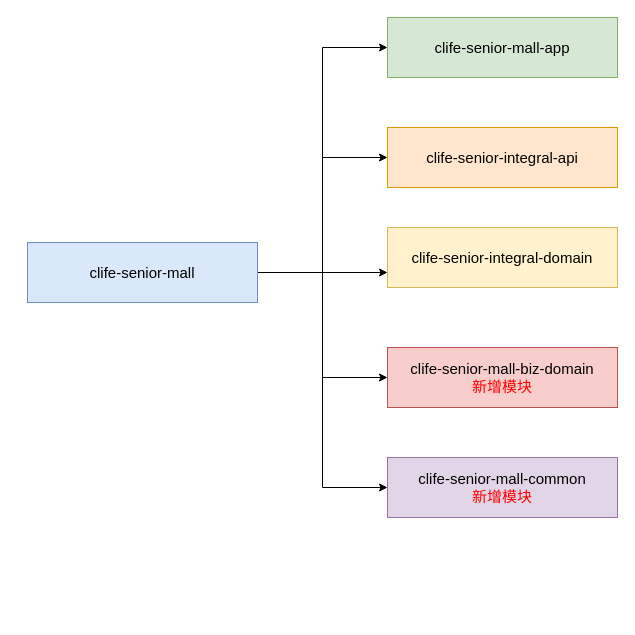
messi122/picture keeps this draw.io diagram as 积分商城重构项目模块.drawio. Above is the earlier version. Source tidied: cells renumbered, new cells numbered last; positions are measured from the earlier drawing's top-left corner, leaving out a move shared by most shapes. Both pictures are drawn from the tidied source at 100%, with x=0, y=0 at pixel (27, 17).
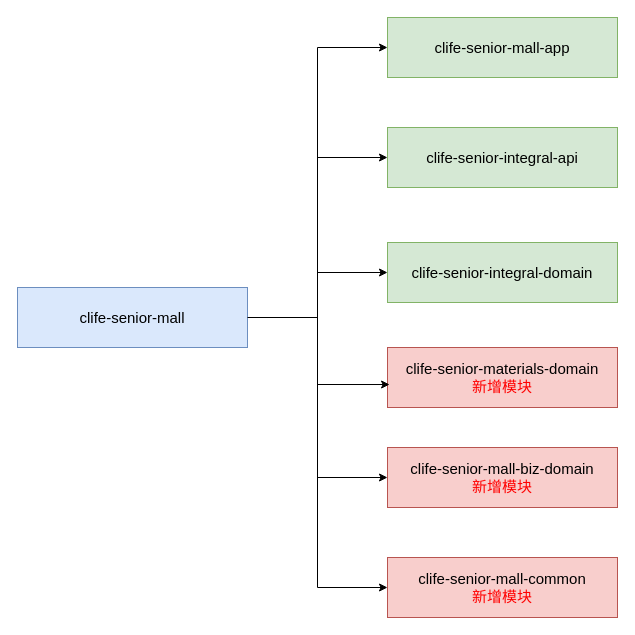
The same diagram, later.

Commit message (it also covers changes not shown here):
更新积分商城重构项目模块.drawio

Diff of the diagram source:
```diff
@@
 <mxGraphModel>
   <root>
     <mxCell id="0" />
     <mxCell id="1" parent="0" />
     <mxCell id="2" style="edgeStyle=orthogonalEdgeStyle;rounded=0;jettySize=auto;html=1;exitX=1;exitY=0.5;exitDx=0;exitDy=0;entryX=0;entryY=0.5;entryDx=0;entryDy=0;" parent="1" edge="1" source="7" target="8">
       <mxGeometry relative="1" as="geometry" />
     </mxCell>
     <mxCell id="3" style="edgeStyle=orthogonalEdgeStyle;rounded=0;jettySize=auto;html=1;exitX=1;exitY=0.5;exitDx=0;exitDy=0;entryX=0;entryY=0.5;entryDx=0;entryDy=0;" parent="1" edge="1" source="7" target="9">
       <mxGeometry relative="1" as="geometry" />
     </mxCell>
-    <mxCell id="4" style="edgeStyle=orthogonalEdgeStyle;rounded=0;jettySize=auto;html=1;exitX=1;exitY=0.5;exitDx=0;exitDy=0;entryX=0;entryY=0.75;entryDx=0;entryDy=0;" parent="1" edge="1" source="7" target="10">
-      <mxGeometry relative="1" as="geometry" />
-    </mxCell>
     <mxCell id="5" style="edgeStyle=orthogonalEdgeStyle;rounded=0;jettySize=auto;html=1;entryX=0;entryY=0.5;entryDx=0;entryDy=0;" parent="1" edge="1" source="7" target="11">
       <mxGeometry relative="1" as="geometry" />
     </mxCell>
     <mxCell id="6" style="edgeStyle=orthogonalEdgeStyle;rounded=0;jettySize=auto;html=1;exitX=1;exitY=0.5;exitDx=0;exitDy=0;entryX=0;entryY=0.5;entryDx=0;entryDy=0;" parent="1" edge="1" source="7" target="12">
       <mxGeometry relative="1" as="geometry" />
     </mxCell>
+    <mxCell id="4" style="edgeStyle=orthogonalEdgeStyle;rounded=0;jettySize=auto;html=1;exitX=1;exitY=0.5;exitDx=0;exitDy=0;entryX=0;entryY=0.5;entryDx=0;entryDy=0;" parent="1" edge="1" source="7" target="10">
+      <mxGeometry relative="1" as="geometry" />
+    </mxCell>
     <mxCell id="7" value="&lt;font style=&quot;font-size: 15px;&quot;&gt;clife-senior-mall&lt;/font&gt;" style="rounded=0;whiteSpace=wrap;html=1;fillColor=#dae8fc;strokeColor=#6c8ebf;" parent="1" vertex="1">
-      <mxGeometry y="225" width="230" height="60" as="geometry" />
+      <mxGeometry x="-10" y="270" width="230" height="60" as="geometry" />
     </mxCell>
     <mxCell id="8" value="&lt;font style=&quot;font-size: 15px;&quot;&gt;clife-senior-mall-app&lt;/font&gt;" style="rounded=0;whiteSpace=wrap;html=1;fillColor=#d5e8d4;strokeColor=#82b366;" parent="1" vertex="1">
       <mxGeometry x="360" width="230" height="60" as="geometry" />
     </mxCell>
-    <mxCell id="9" value="&lt;font style=&quot;font-size: 15px;&quot;&gt;clife-senior-integral-api&lt;/font&gt;" style="rounded=0;whiteSpace=wrap;html=1;fillColor=#ffe6cc;strokeColor=#d79b00;" parent="1" vertex="1">
+    <mxCell id="9" value="&lt;font style=&quot;font-size: 15px;&quot;&gt;clife-senior-integral-api&lt;/font&gt;" style="rounded=0;whiteSpace=wrap;html=1;fillColor=#d5e8d4;strokeColor=#82b366;" parent="1" vertex="1">
       <mxGeometry x="360" y="110" width="230" height="60" as="geometry" />
     </mxCell>
-    <mxCell id="10" value="&lt;font style=&quot;font-size: 15px;&quot;&gt;clife-senior-integral-domain&lt;/font&gt;" style="rounded=0;whiteSpace=wrap;html=1;fillColor=#fff2cc;strokeColor=#d6b656;" parent="1" vertex="1">
-      <mxGeometry x="360" y="210" width="230" height="60" as="geometry" />
+    <mxCell id="10" value="&lt;font style=&quot;font-size: 15px;&quot;&gt;clife-senior-integral-domain&lt;/font&gt;" style="rounded=0;whiteSpace=wrap;html=1;fillColor=#d5e8d4;strokeColor=#82b366;" parent="1" vertex="1">
+      <mxGeometry x="360" y="225" width="230" height="60" as="geometry" />
     </mxCell>
     <mxCell id="11" value="&lt;span style=&quot;font-size: 15px;&quot;&gt;clife-senior-mall-biz-domain&lt;/span&gt;&lt;div&gt;&lt;span style=&quot;font-size: 15px;&quot;&gt;&lt;font style=&quot;color: rgb(255, 0, 0);&quot;&gt;新增模块&lt;/font&gt;&lt;/span&gt;&lt;/div&gt;" style="rounded=0;whiteSpace=wrap;html=1;fillColor=#f8cecc;strokeColor=#b85450;" parent="1" vertex="1">
-      <mxGeometry x="360" y="330" width="230" height="60" as="geometry" />
+      <mxGeometry x="360" y="430" width="230" height="60" as="geometry" />
     </mxCell>
-    <mxCell id="12" value="&lt;font style=&quot;font-size: 15px;&quot;&gt;clife-senior-mall-common&lt;/font&gt;&lt;div&gt;&lt;font style=&quot;font-size: 15px; color: rgb(255, 0, 0);&quot;&gt;新增模块&lt;/font&gt;&lt;/div&gt;" style="rounded=0;whiteSpace=wrap;html=1;fillColor=#e1d5e7;strokeColor=#9673a6;" parent="1" vertex="1">
-      <mxGeometry x="360" y="440" width="230" height="60" as="geometry" />
+    <mxCell id="12" value="&lt;font style=&quot;font-size: 15px;&quot;&gt;clife-senior-mall-common&lt;/font&gt;&lt;div&gt;&lt;font style=&quot;font-size: 15px; color: rgb(255, 0, 0);&quot;&gt;新增模块&lt;/font&gt;&lt;/div&gt;" style="rounded=0;whiteSpace=wrap;html=1;fillColor=#f8cecc;strokeColor=#b85450;" parent="1" vertex="1">
+      <mxGeometry x="360" y="540" width="230" height="60" as="geometry" />
     </mxCell>
+    <mxCell id="13" value="&lt;font style=&quot;font-size: 15px;&quot;&gt;clife-senior-materials-domain&lt;/font&gt;&lt;div&gt;&lt;font style=&quot;font-size: 15px;&quot;&gt;&lt;span style=&quot;color: rgb(255, 0, 0);&quot;&gt;新增模块&lt;/span&gt;&lt;br&gt;&lt;/font&gt;&lt;/div&gt;" style="rounded=0;whiteSpace=wrap;html=1;fillColor=#f8cecc;strokeColor=#b85450;" parent="1" vertex="1">
+      <mxGeometry x="360" y="330" width="230" height="60" as="geometry" />
+    </mxCell>
+    <mxCell id="14" style="edgeStyle=orthogonalEdgeStyle;rounded=0;jettySize=auto;html=1;entryX=0.009;entryY=0.617;entryDx=0;entryDy=0;entryPerimeter=0;" parent="1" edge="1" source="7" target="13">
+      <mxGeometry relative="1" as="geometry" />
+    </mxCell>
   </root>
 </mxGraphModel>
```
